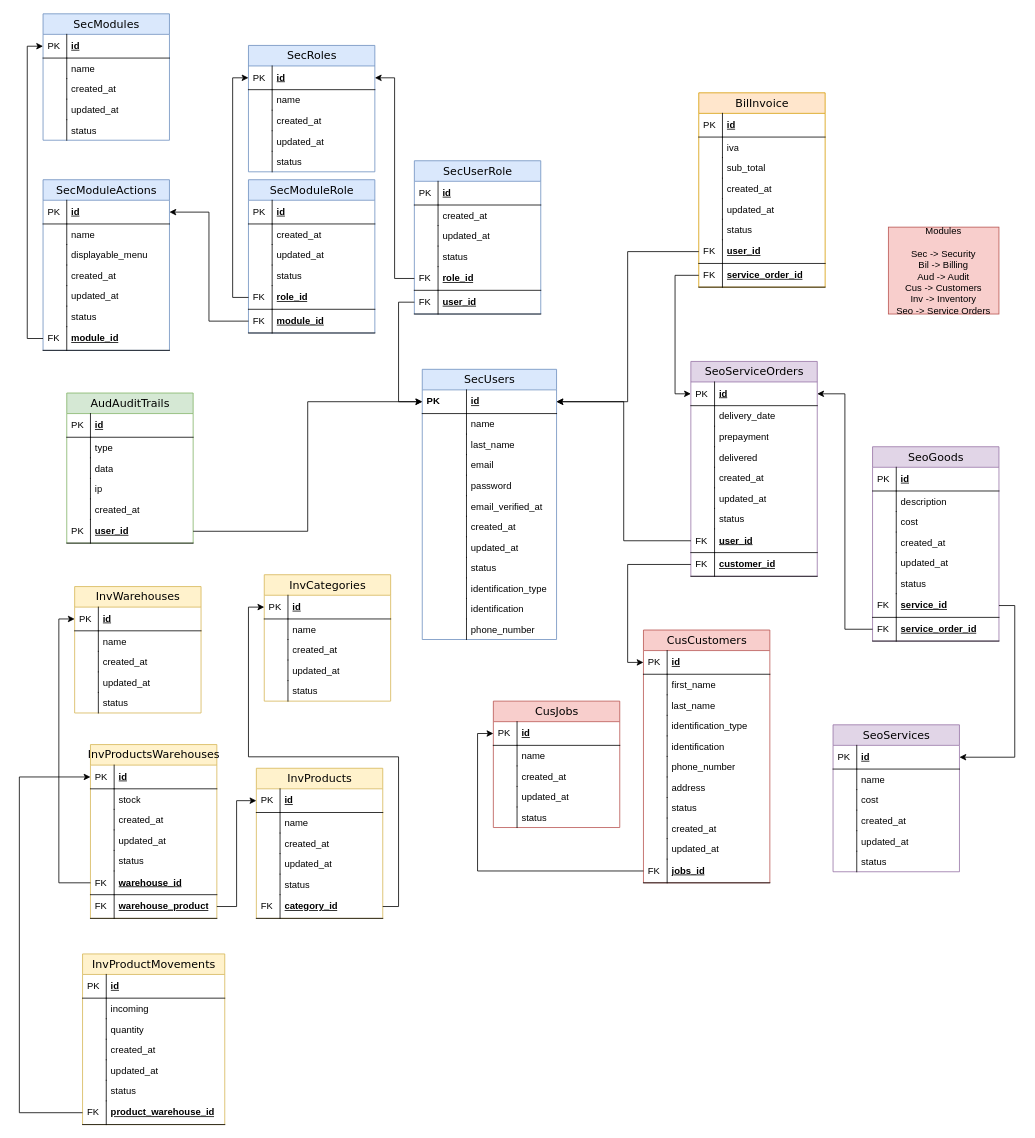
Santym8/clean-lg keeps this draw.io diagram as doc/diagrams/relational-diagram.drawio. Above is the earlier version. Source tidied: cells renumbered, new cells numbered last; positions are measured from the earlier drawing's top-left corner, leaving out a move shared by most shapes. Both pictures are drawn from the tidied source at 79%, with x=0, y=0 at pixel (19, 13).
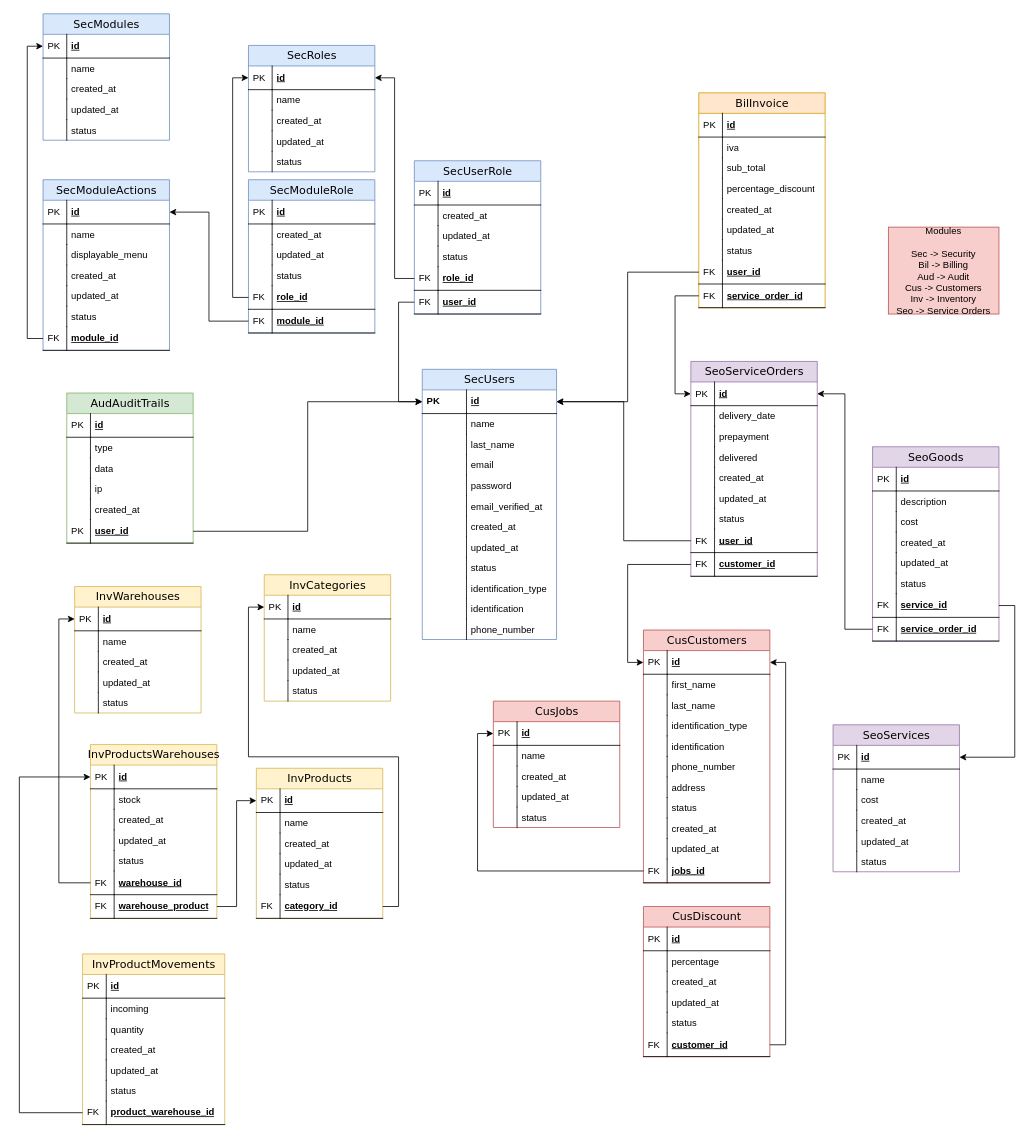
The same diagram, later.

Commit message (it also covers changes not shown here):
mejora modelo

Unchanged cells that the change refers to:
```xml
<mxCell id="39" value="id" style="shape=partialRectangle;top=0;left=0;right=0;bottom=1;html=1;align=left;verticalAlign=middle;fillColor=none;spacingLeft=34;spacingRight=4;whiteSpace=wrap;overflow=hidden;points=[[0,0.5],[1,0.5]];portConstraint=eastwest;fontStyle=5;" parent="38" vertex="1">
  <mxGeometry y="26" width="160" height="30" as="geometry" />
</mxCell>
```

The edit, as a diff of the source:
```diff
@@
     <mxCell id="208" value="BilInvoice" style="swimlane;html=1;fontStyle=0;horizontal=1;startSize=26;fillColor=#ffe6cc;swimlaneFillColor=#ffffff;align=center;rounded=0;shadow=0;comic=0;labelBackgroundColor=none;strokeWidth=1;fontFamily=Verdana;fontSize=14;swimlaneLine=1;strokeColor=#d79b00;" parent="1" vertex="1">
-      <mxGeometry x="860" y="100" width="160" height="246" as="geometry" />
+      <mxGeometry x="860" y="100" width="160" height="272" as="geometry" />
     </mxCell>
@@
+    <mxCell id="286" value="percentage_discount" style="shape=partialRectangle;top=0;left=0;right=0;bottom=0;html=1;align=left;verticalAlign=top;fillColor=none;spacingLeft=34;spacingRight=4;whiteSpace=wrap;overflow=hidden;" parent="208" vertex="1">
+      <mxGeometry y="108" width="160" height="26" as="geometry" />
+    </mxCell>
+    <mxCell id="287" style="shape=partialRectangle;top=0;left=0;bottom=0;html=1;fillColor=none;align=left;verticalAlign=top;spacingLeft=4;spacingRight=4;whiteSpace=wrap;overflow=hidden;" parent="286" vertex="1">
+      <mxGeometry width="30" height="26" as="geometry" />
+    </mxCell>
     <mxCell id="215" value="created_at" style="shape=partialRectangle;top=0;left=0;right=0;bottom=0;html=1;align=left;verticalAlign=top;fillColor=none;spacingLeft=34;spacingRight=4;whiteSpace=wrap;overflow=hidden;" parent="208" vertex="1">
-      <mxGeometry y="108" width="160" height="26" as="geometry" />
+      <mxGeometry y="134" width="160" height="26" as="geometry" />
     </mxCell>
@@
     <mxCell id="217" value="updated_at" style="shape=partialRectangle;top=0;left=0;right=0;bottom=0;html=1;align=left;verticalAlign=top;fillColor=none;spacingLeft=34;spacingRight=4;whiteSpace=wrap;overflow=hidden;" parent="208" vertex="1">
-      <mxGeometry y="134" width="160" height="26" as="geometry" />
+      <mxGeometry y="160" width="160" height="26" as="geometry" />
     </mxCell>
@@
     <mxCell id="219" value="status" style="shape=partialRectangle;top=0;left=0;right=0;bottom=0;html=1;align=left;verticalAlign=top;fillColor=none;spacingLeft=34;spacingRight=4;whiteSpace=wrap;overflow=hidden;" parent="208" vertex="1">
-      <mxGeometry y="160" width="160" height="26" as="geometry" />
+      <mxGeometry y="186" width="160" height="26" as="geometry" />
     </mxCell>
@@
     <mxCell id="221" value="user_id" style="shape=partialRectangle;top=0;left=0;right=0;bottom=1;html=1;align=left;verticalAlign=middle;fillColor=none;spacingLeft=34;spacingRight=4;whiteSpace=wrap;overflow=hidden;points=[[0,0.5],[1,0.5]];portConstraint=eastwest;fontStyle=5;" parent="208" vertex="1">
-      <mxGeometry y="186" width="160" height="30" as="geometry" />
+      <mxGeometry y="212" width="160" height="30" as="geometry" />
     </mxCell>
@@
     <mxCell id="223" value="service_order_id" style="shape=partialRectangle;top=0;left=0;right=0;bottom=1;html=1;align=left;verticalAlign=middle;fillColor=none;spacingLeft=34;spacingRight=4;whiteSpace=wrap;overflow=hidden;points=[[0,0.5],[1,0.5]];portConstraint=eastwest;fontStyle=5;" parent="208" vertex="1">
-      <mxGeometry y="216" width="160" height="30" as="geometry" />
+      <mxGeometry y="242" width="160" height="30" as="geometry" />
     </mxCell>
@@
+    <mxCell id="288" value="CusDiscount" style="swimlane;html=1;fontStyle=0;horizontal=1;startSize=26;fillColor=#f8cecc;swimlaneFillColor=#ffffff;align=center;rounded=0;shadow=0;comic=0;labelBackgroundColor=none;strokeWidth=1;fontFamily=Verdana;fontSize=14;swimlaneLine=1;strokeColor=#b85450;" parent="1" vertex="1">
+      <mxGeometry x="790" y="1130" width="160" height="190" as="geometry" />
+    </mxCell>
+    <mxCell id="289" value="id" style="shape=partialRectangle;top=0;left=0;right=0;bottom=1;html=1;align=left;verticalAlign=middle;fillColor=none;spacingLeft=34;spacingRight=4;whiteSpace=wrap;overflow=hidden;fontStyle=5;" parent="288" vertex="1">
+      <mxGeometry y="26" width="160" height="30" as="geometry" />
+    </mxCell>
+    <mxCell id="290" value="PK" style="shape=partialRectangle;top=0;left=0;bottom=0;html=1;fillColor=none;align=left;verticalAlign=middle;spacingLeft=4;spacingRight=4;whiteSpace=wrap;overflow=hidden;" parent="289" vertex="1">
+      <mxGeometry width="30" height="30" as="geometry" />
+    </mxCell>
+    <mxCell id="291" value="percentage" style="shape=partialRectangle;top=0;left=0;right=0;bottom=0;html=1;align=left;verticalAlign=top;fillColor=none;spacingLeft=34;spacingRight=4;whiteSpace=wrap;overflow=hidden;" parent="288" vertex="1">
+      <mxGeometry y="56" width="160" height="26" as="geometry" />
+    </mxCell>
+    <mxCell id="292" style="shape=partialRectangle;top=0;left=0;bottom=0;html=1;fillColor=none;align=left;verticalAlign=top;spacingLeft=4;spacingRight=4;whiteSpace=wrap;overflow=hidden;" parent="291" vertex="1">
+      <mxGeometry width="30" height="26" as="geometry" />
+    </mxCell>
+    <mxCell id="293" value="created_at" style="shape=partialRectangle;top=0;left=0;right=0;bottom=0;html=1;align=left;verticalAlign=top;fillColor=none;spacingLeft=34;spacingRight=4;whiteSpace=wrap;overflow=hidden;" parent="288" vertex="1">
+      <mxGeometry y="82" width="160" height="26" as="geometry" />
+    </mxCell>
+    <mxCell id="294" style="shape=partialRectangle;top=0;left=0;bottom=0;html=1;fillColor=none;align=left;verticalAlign=top;spacingLeft=4;spacingRight=4;whiteSpace=wrap;overflow=hidden;" parent="293" vertex="1">
+      <mxGeometry width="30" height="26" as="geometry" />
+    </mxCell>
+    <mxCell id="295" value="updated_at" style="shape=partialRectangle;top=0;left=0;right=0;bottom=0;html=1;align=left;verticalAlign=top;fillColor=none;spacingLeft=34;spacingRight=4;whiteSpace=wrap;overflow=hidden;" parent="288" vertex="1">
+      <mxGeometry y="108" width="160" height="26" as="geometry" />
+    </mxCell>
+    <mxCell id="296" style="shape=partialRectangle;top=0;left=0;bottom=0;html=1;fillColor=none;align=left;verticalAlign=top;spacingLeft=4;spacingRight=4;whiteSpace=wrap;overflow=hidden;" parent="295" vertex="1">
+      <mxGeometry width="30" height="26" as="geometry" />
+    </mxCell>
+    <mxCell id="297" value="status" style="shape=partialRectangle;top=0;left=0;right=0;bottom=0;html=1;align=left;verticalAlign=top;fillColor=none;spacingLeft=34;spacingRight=4;whiteSpace=wrap;overflow=hidden;" parent="288" vertex="1">
+      <mxGeometry y="134" width="160" height="26" as="geometry" />
+    </mxCell>
+    <mxCell id="298" style="shape=partialRectangle;top=0;left=0;bottom=0;html=1;fillColor=none;align=left;verticalAlign=top;spacingLeft=4;spacingRight=4;whiteSpace=wrap;overflow=hidden;" parent="297" vertex="1">
+      <mxGeometry width="30" height="26" as="geometry" />
+    </mxCell>
+    <mxCell id="299" value="customer_id" style="shape=partialRectangle;top=0;left=0;right=0;bottom=1;html=1;align=left;verticalAlign=middle;fillColor=none;spacingLeft=34;spacingRight=4;whiteSpace=wrap;overflow=hidden;points=[[0,0.5],[1,0.5]];portConstraint=eastwest;fontStyle=5;" parent="288" vertex="1">
+      <mxGeometry y="160" width="160" height="30" as="geometry" />
+    </mxCell>
+    <mxCell id="300" value="FK" style="shape=partialRectangle;top=0;left=0;bottom=0;html=1;fillColor=none;align=left;verticalAlign=middle;spacingLeft=4;spacingRight=4;whiteSpace=wrap;overflow=hidden;" parent="299" vertex="1">
+      <mxGeometry width="30" height="30" as="geometry" />
+    </mxCell>
+    <mxCell id="301" style="edgeStyle=orthogonalEdgeStyle;rounded=0;jettySize=auto;html=1;exitX=1;exitY=0.5;exitDx=0;exitDy=0;entryX=1;entryY=0.5;entryDx=0;entryDy=0;" parent="1" edge="1" source="299" target="39">
+      <mxGeometry relative="1" as="geometry" />
+    </mxCell>
```
